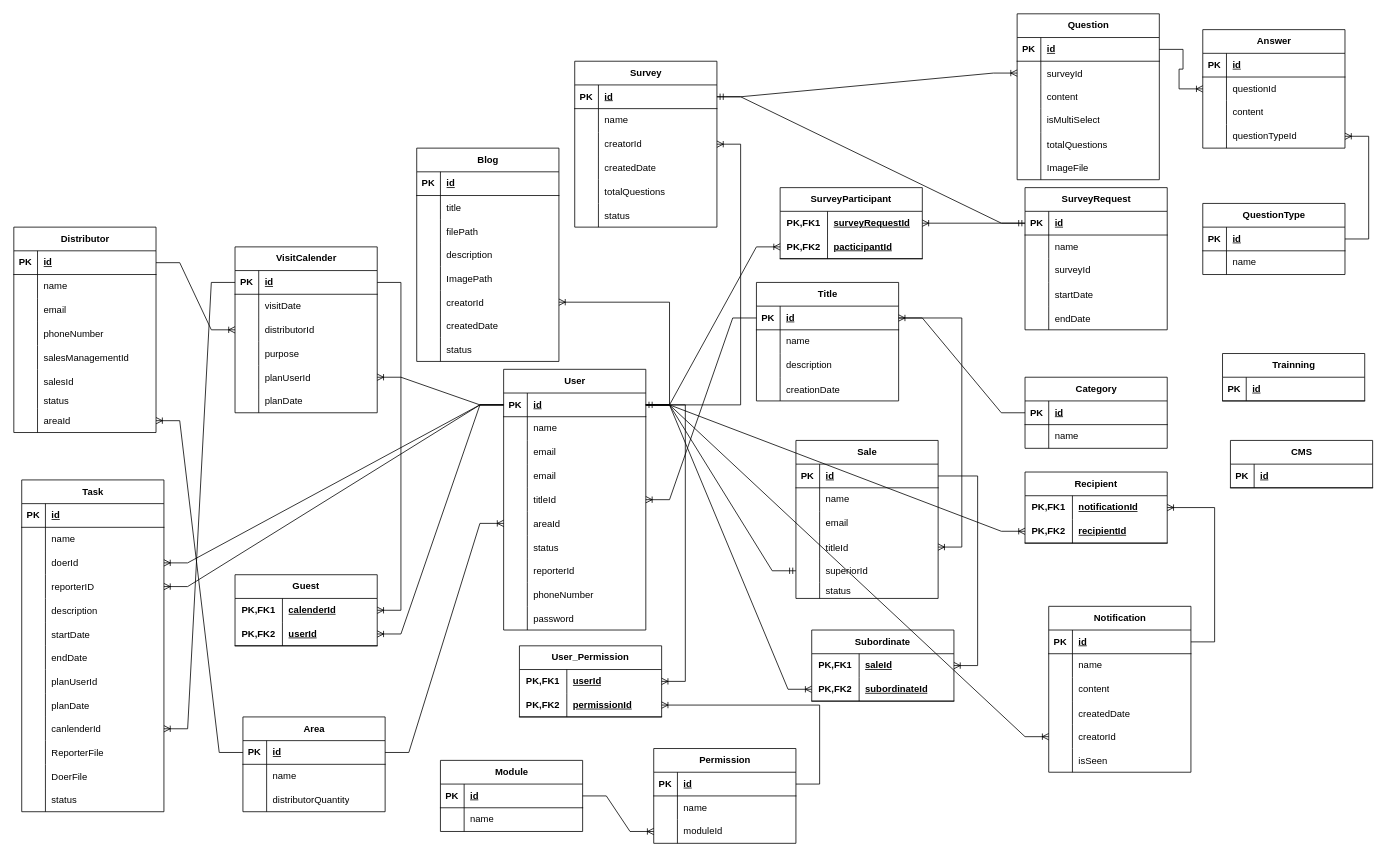
Earlier version of the draw.io diagram ERD.drawio (hoainam3152/CDExellentApp). Source tidied: cells renumbered, new cells numbered last; positions are measured from the earlier drawing's top-left corner, leaving out a move shared by most shapes. Both pictures are drawn from the tidied source at 79%, with x=0, y=0 at pixel (13, 13).
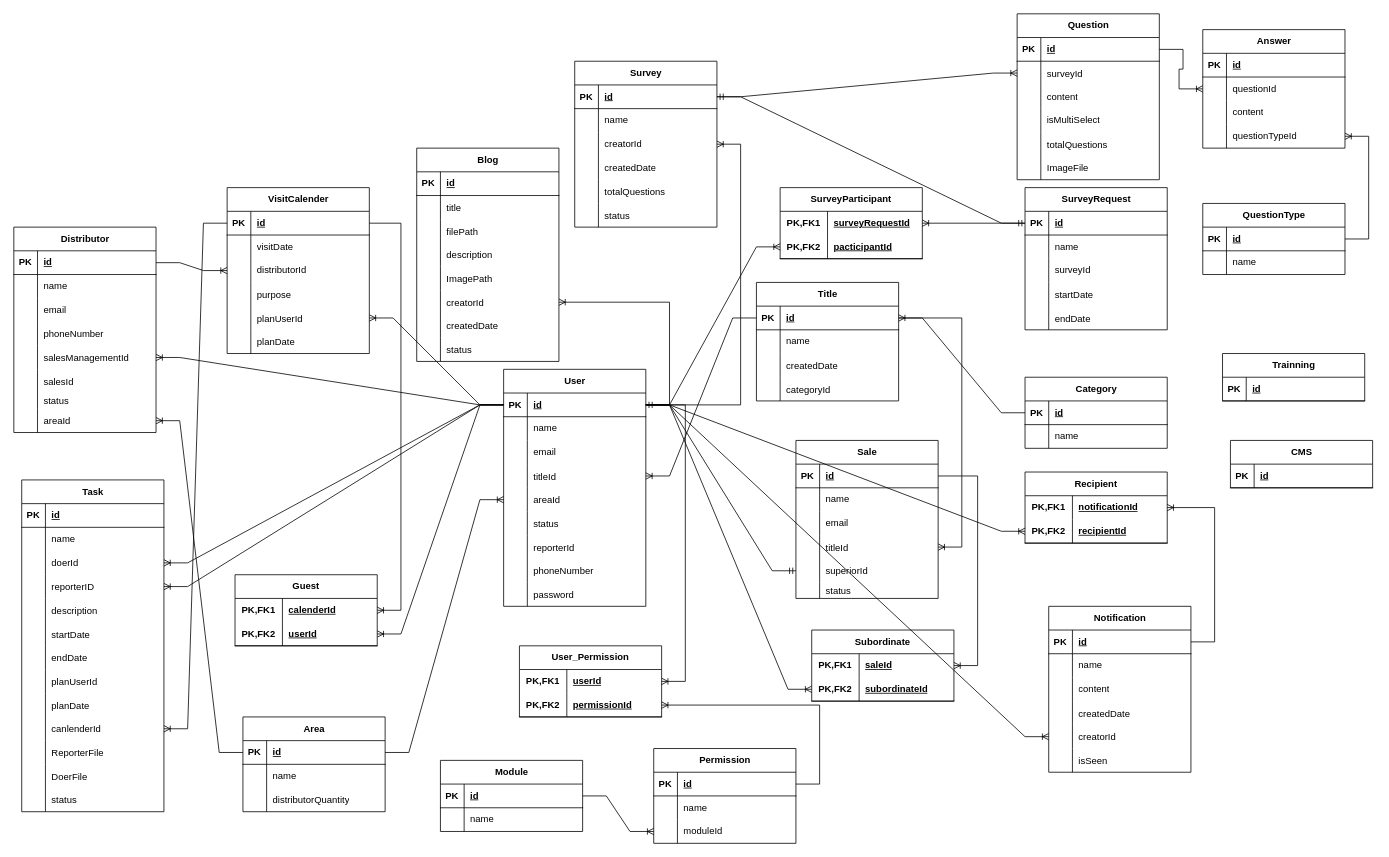
The same page after the edit.

Unchanged cells that the change refers to:
```xml
<mxCell id="2" value="Title" style="shape=table;startSize=30;childLayout=tableLayout;rowLines=0;fontStyle=1;align=center;html=1;" parent="1" vertex="1">
  <mxGeometry x="940" y="340" width="180" height="150" as="geometry" />
</mxCell>
<mxCell id="93" style="shape=tableRow;horizontal=0;startSize=0;swimlaneHead=0;swimlaneBody=0;fillColor=none;points=[[0,0.5],[1,0.5]];portConstraint=eastwest;top=0;left=0;right=0;bottom=1;" parent="92" vertex="1">
  <mxGeometry y="30" width="180" height="30" as="geometry" />
</mxCell>
<mxCell id="176" style="shape=tableRow;horizontal=0;startSize=0;swimlaneHead=0;swimlaneBody=0;fillColor=none;points=[[0,0.5],[1,0.5]];portConstraint=eastwest;top=0;left=0;right=0;bottom=0;" parent="163" vertex="1">
  <mxGeometry y="150" width="180" height="30" as="geometry" />
</mxCell>
```

Diff of the diagram source:
```diff
@@
-    <mxCell id="9" style="shape=tableRow;horizontal=0;startSize=0;swimlaneHead=0;swimlaneBody=0;fillColor=none;top=0;left=0;right=0;bottom=0;" parent="2" vertex="1">
-      <mxGeometry y="90" width="180" height="30" as="geometry" />
-    </mxCell>
-    <mxCell id="10" style="shape=partialRectangle;fillColor=none;top=0;left=0;bottom=0;right=0;overflow=hidden;whiteSpace=wrap;html=1;" parent="9" vertex="1">
-      <mxGeometry width="30" height="30" as="geometry" />
-    </mxCell>
-    <mxCell id="11" value="description" style="shape=partialRectangle;fillColor=none;top=0;left=0;bottom=0;right=0;align=left;spacingLeft=6;overflow=hidden;whiteSpace=wrap;html=1;" parent="9" vertex="1">
-      <mxGeometry x="30" width="150" height="30" as="geometry" />
-    </mxCell>
     <mxCell id="12" style="shape=tableRow;horizontal=0;startSize=0;swimlaneHead=0;swimlaneBody=0;fillColor=none;top=0;left=0;right=0;bottom=0;" parent="2" vertex="1">
-      <mxGeometry y="120" width="180" height="30" as="geometry" />
+      <mxGeometry y="90" width="180" height="30" as="geometry" />
     </mxCell>
@@
-    <mxCell id="14" value="creationDate" style="shape=partialRectangle;fillColor=none;top=0;left=0;bottom=0;right=0;align=left;spacingLeft=6;overflow=hidden;" parent="12" vertex="1">
+    <mxCell id="14" value="createdDate" style="shape=partialRectangle;fillColor=none;top=0;left=0;bottom=0;right=0;align=left;spacingLeft=6;overflow=hidden;" parent="12" vertex="1">
       <mxGeometry x="30" width="150" height="30" as="geometry" />
     </mxCell>
+    <mxCell id="102" style="shape=tableRow;horizontal=0;startSize=0;swimlaneHead=0;swimlaneBody=0;fillColor=none;top=0;left=0;right=0;bottom=0;" parent="2" vertex="1">
+      <mxGeometry y="120" width="180" height="30" as="geometry" />
+    </mxCell>
+    <mxCell id="373" style="shape=partialRectangle;fillColor=none;top=0;left=0;bottom=0;right=0;overflow=hidden;" parent="102" vertex="1">
+      <mxGeometry width="30" height="30" as="geometry" />
+    </mxCell>
+    <mxCell id="374" value="categoryId" style="shape=partialRectangle;fillColor=none;top=0;left=0;bottom=0;right=0;align=left;spacingLeft=6;overflow=hidden;" parent="102" vertex="1">
+      <mxGeometry x="30" width="150" height="30" as="geometry" />
+    </mxCell>
@@
     <mxCell id="73" value="VisitCalender" style="shape=table;startSize=30;childLayout=tableLayout;rowLines=0;fontStyle=1;align=center;html=1;" parent="1" vertex="1">
-      <mxGeometry x="280" y="295" width="180" height="210" as="geometry" />
+      <mxGeometry x="270" y="220" width="180" height="210" as="geometry" />
     </mxCell>
@@
     <mxCell id="92" value="User" style="shape=table;startSize=30;childLayout=tableLayout;rowLines=0;fontStyle=1;align=center;html=1;" parent="1" vertex="1">
-      <mxGeometry x="620" y="450" width="180" height="330" as="geometry" />
+      <mxGeometry x="620" y="450" width="180" height="300" as="geometry" />
     </mxCell>
@@
-    <mxCell id="102" style="shape=tableRow;horizontal=0;startSize=0;swimlaneHead=0;swimlaneBody=0;fillColor=none;top=0;left=0;right=0;bottom=0;" parent="92" vertex="1">
-      <mxGeometry y="120" width="180" height="30" as="geometry" />
-    </mxCell>
-    <mxCell id="103" style="shape=partialRectangle;fillColor=none;top=0;left=0;bottom=0;right=0;overflow=hidden;whiteSpace=wrap;html=1;" parent="102" vertex="1">
-      <mxGeometry width="30" height="30" as="geometry" />
-    </mxCell>
-    <mxCell id="104" value="email" style="shape=partialRectangle;fillColor=none;top=0;left=0;bottom=0;right=0;align=left;spacingLeft=6;overflow=hidden;whiteSpace=wrap;html=1;" parent="102" vertex="1">
-      <mxGeometry x="30" width="150" height="30" as="geometry" />
-    </mxCell>
     <mxCell id="105" style="shape=tableRow;horizontal=0;startSize=0;swimlaneHead=0;swimlaneBody=0;fillColor=none;points=[[0,0.5],[1,0.5]];portConstraint=eastwest;top=0;left=0;right=0;bottom=0;" parent="92" vertex="1">
-      <mxGeometry y="150" width="180" height="30" as="geometry" />
+      <mxGeometry y="120" width="180" height="30" as="geometry" />
     </mxCell>
@@
     <mxCell id="108" style="shape=tableRow;horizontal=0;startSize=0;swimlaneHead=0;swimlaneBody=0;fillColor=none;points=[[0,0.5],[1,0.5]];portConstraint=eastwest;top=0;left=0;right=0;bottom=0;" parent="92" vertex="1">
-      <mxGeometry y="180" width="180" height="30" as="geometry" />
+      <mxGeometry y="150" width="180" height="30" as="geometry" />
     </mxCell>
@@
     <mxCell id="111" style="shape=tableRow;horizontal=0;startSize=0;swimlaneHead=0;swimlaneBody=0;fillColor=none;top=0;left=0;right=0;bottom=0;" parent="92" vertex="1">
-      <mxGeometry y="210" width="180" height="30" as="geometry" />
+      <mxGeometry y="180" width="180" height="30" as="geometry" />
     </mxCell>
@@
     <mxCell id="114" style="shape=tableRow;horizontal=0;startSize=0;swimlaneHead=0;swimlaneBody=0;fillColor=none;top=0;left=0;right=0;bottom=0;" parent="92" vertex="1">
-      <mxGeometry y="240" width="180" height="30" as="geometry" />
+      <mxGeometry y="210" width="180" height="30" as="geometry" />
     </mxCell>
@@
     <mxCell id="117" style="shape=tableRow;horizontal=0;startSize=0;swimlaneHead=0;swimlaneBody=0;fillColor=none;top=0;left=0;right=0;bottom=0;" parent="92" vertex="1">
-      <mxGeometry y="270" width="180" height="30" as="geometry" />
+      <mxGeometry y="240" width="180" height="30" as="geometry" />
     </mxCell>
@@
     <mxCell id="120" style="shape=tableRow;horizontal=0;startSize=0;swimlaneHead=0;swimlaneBody=0;fillColor=none;top=0;left=0;right=0;bottom=0;" parent="92" vertex="1">
-      <mxGeometry y="300" width="180" height="30" as="geometry" />
+      <mxGeometry y="270" width="180" height="30" as="geometry" />
     </mxCell>
@@
+    <mxCell id="375" style="edgeStyle=entityRelationEdgeStyle;fontSize=12;html=1;endArrow=ERoneToMany;rounded=0;exitX=0;exitY=0.5;exitDx=0;exitDy=0;entryX=1;entryY=0.5;entryDx=0;entryDy=0;" parent="1" edge="1" source="93" target="176">
+      <mxGeometry relative="1" as="geometry" />
+    </mxCell>
```
